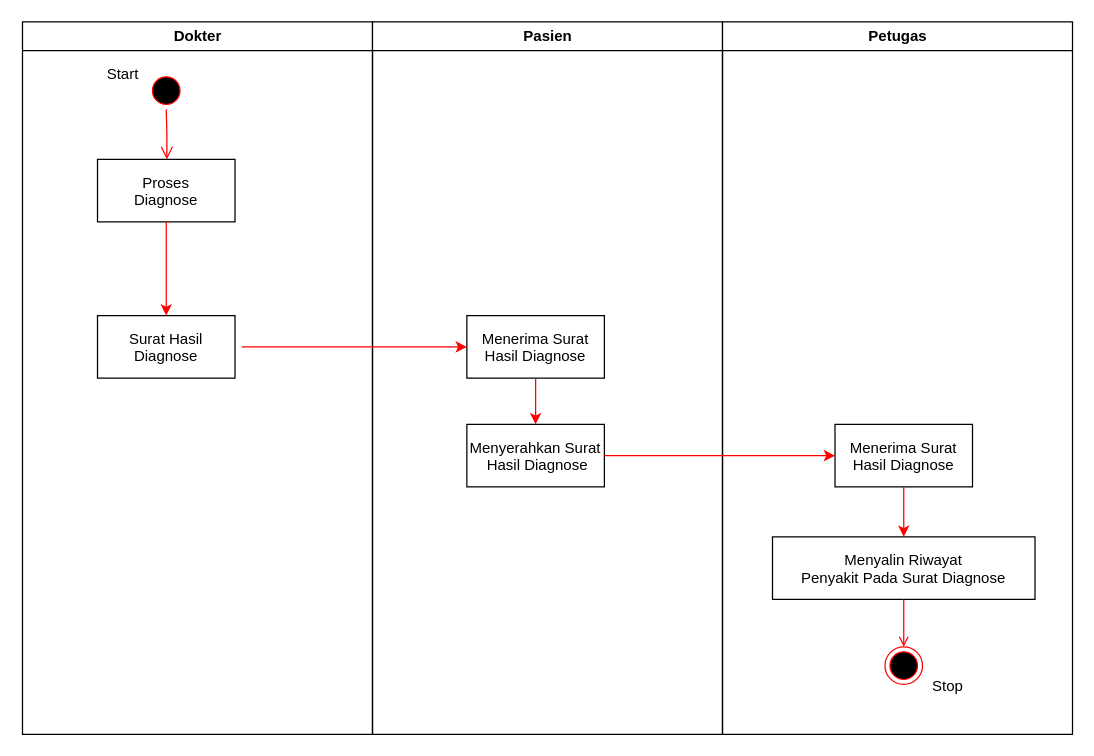
Before: Proses Pemeriksaan.drawio in ratihpn99/rpn, a draw.io diagram. Source tidied: cells renumbered, new cells numbered last; positions are measured from the earlier drawing's top-left corner, leaving out a move shared by most shapes. Both pictures are drawn from the tidied source at 125%, with x=0, y=0 at pixel (21, 21).
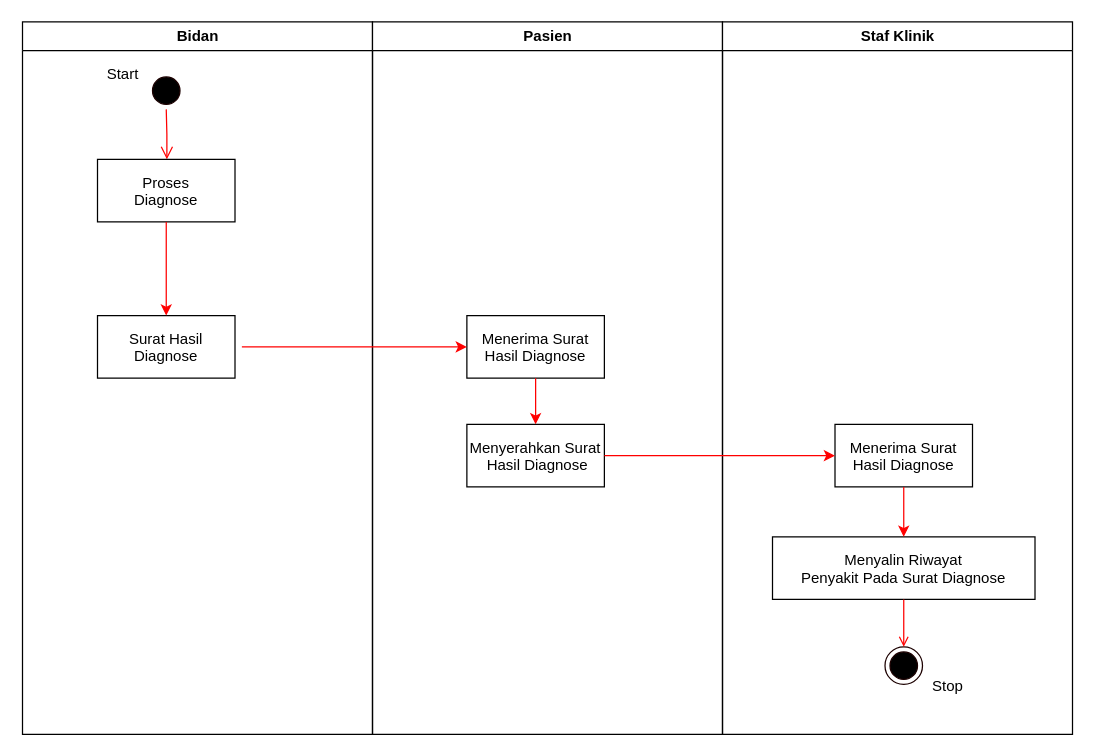
The same diagram, later.

What changed in the source:
```diff
@@
-    <mxCell id="2" value="Dokter" style="swimlane;whiteSpace=wrap;" parent="1" vertex="1">
+    <mxCell id="2" value="Bidan" style="swimlane;whiteSpace=wrap;" parent="1" vertex="1">
       <mxGeometry x="0.5" width="280" height="570" as="geometry" />
     </mxCell>
-    <mxCell id="3" style="ellipse;shape=startState;fillColor=#000000;strokeColor=#ff0000;" parent="2" vertex="1">
+    <mxCell id="3" style="ellipse;shape=startState;fillColor=#000000;strokeColor=#1C0000;" parent="2" vertex="1">
       <mxGeometry x="100" y="40" width="30" height="30" as="geometry" />
     </mxCell>
@@
-    <mxCell id="13" value="Petugas" style="swimlane;whiteSpace=wrap;" parent="1" vertex="1">
+    <mxCell id="13" value="Staf Klinik" style="swimlane;whiteSpace=wrap;" parent="1" vertex="1">
       <mxGeometry x="560.5" width="280" height="570" as="geometry" />
     </mxCell>
@@
-    <mxCell id="15" style="ellipse;shape=endState;fillColor=#000000;strokeColor=#ff0000;" parent="13" vertex="1">
+    <mxCell id="15" style="ellipse;shape=endState;fillColor=#000000;strokeColor=#1C0000;" parent="13" vertex="1">
       <mxGeometry x="130" y="500" width="30" height="30" as="geometry" />
     </mxCell>
```
